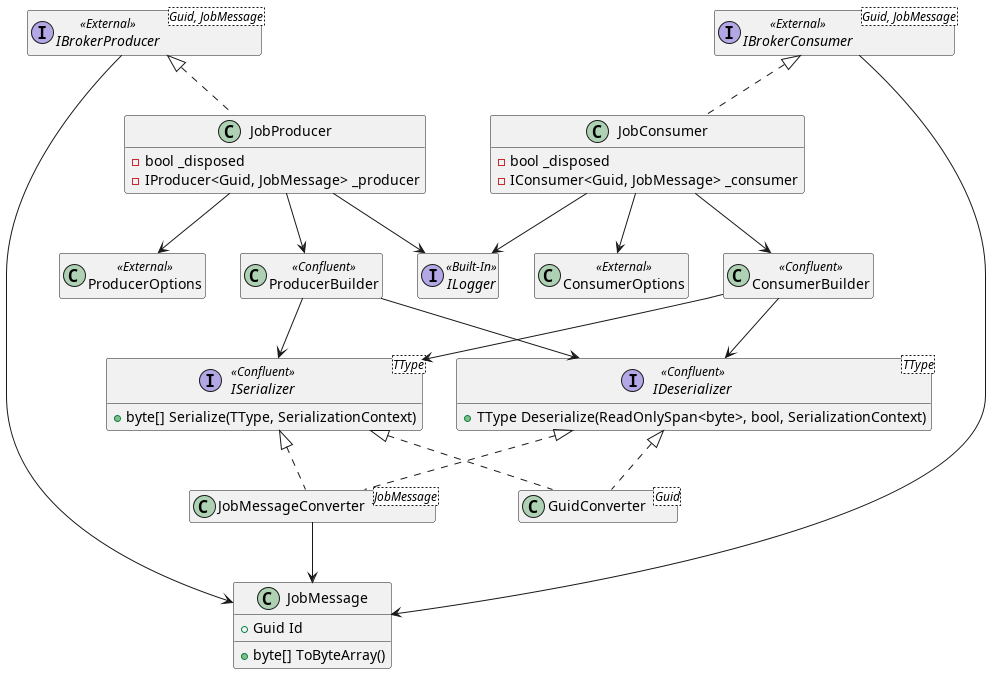
mrypdm/JobSystem keeps this PlantUML diagram as docs/diagrams/img/classes/Job.Broker/Job.Broker classes.png. Above is the earlier version. Its diagram source:
```plantuml
@startuml Job.Broker classes
hide empty members

interface ILogger << Built-In >>
class ConsumerOptions << External >>
class ProducerOptions << External >>

class ConsumerBuilder << Confluent >>
class ProducerBuilder << Confluent >>

interface ISerializer<TType> << Confluent >>
{
    +byte[] Serialize(TType, SerializationContext)
}
interface IDeserializer<TType> << Confluent >>
{
    +TType Deserialize(ReadOnlySpan<byte>, bool, SerializationContext)
}

class JobMessage
{
    +Guid Id
    {method}+byte[] ToByteArray()
}

interface IBrokerConsumer<Guid, JobMessage> << External >>
IBrokerConsumer -> JobMessage
interface IBrokerProducer<Guid, JobMessage> << External >>
IBrokerProducer -> JobMessage

class GuidConverter<Guid>
ISerializer <|.. GuidConverter
IDeserializer <|.. GuidConverter

class JobMessageConverter<JobMessage>
ISerializer <|.. JobMessageConverter
IDeserializer <|.. JobMessageConverter
JobMessageConverter --> JobMessage

ConsumerBuilder --> IDeserializer
ConsumerBuilder --> ISerializer
ProducerBuilder --> IDeserializer
ProducerBuilder --> ISerializer

class JobConsumer
{
    -bool _disposed
    -IConsumer<Guid, JobMessage> _consumer
}
IBrokerConsumer <|.. JobConsumer
JobConsumer --> ConsumerOptions
JobConsumer --> ILogger
JobConsumer --> ConsumerBuilder

class JobProducer
{
    -bool _disposed
    -IProducer<Guid, JobMessage> _producer
}
IBrokerProducer <|.. JobProducer
JobProducer --> ProducerOptions
JobProducer --> ILogger
JobProducer --> ProducerBuilder

@enduml
```
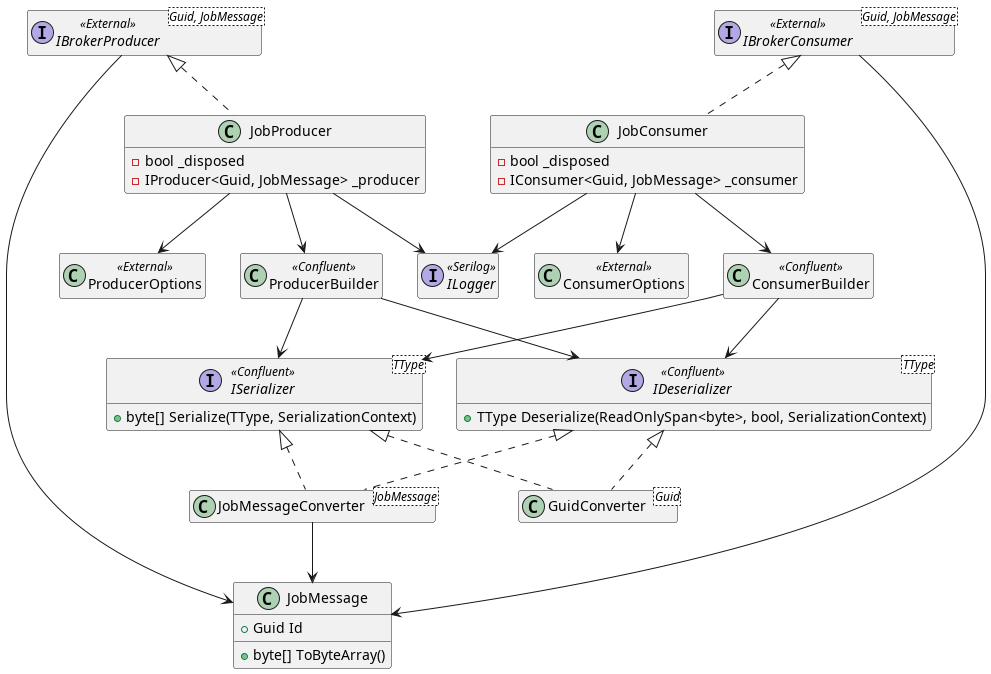
After the change.

What changed in the source:
```diff
@@ -1,7 +1,7 @@
 @startuml Job.Broker classes
 hide empty members
 
-interface ILogger << Built-In >>
+interface ILogger << Serilog >>
 class ConsumerOptions << External >>
 class ProducerOptions << External >>
 
```
